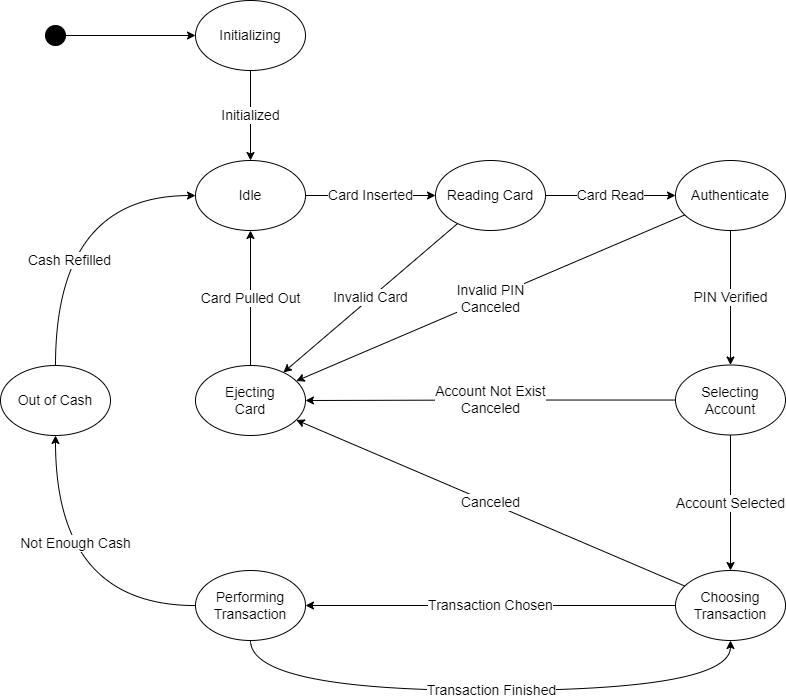
Earlier version of the draw.io export figures/AtmState.png (siwook-choi/MyAtmMachine). Source tidied: cells renumbered, new cells last; positions are measured from the earlier drawing's top-left corner, leaving out a move shared by most shapes.
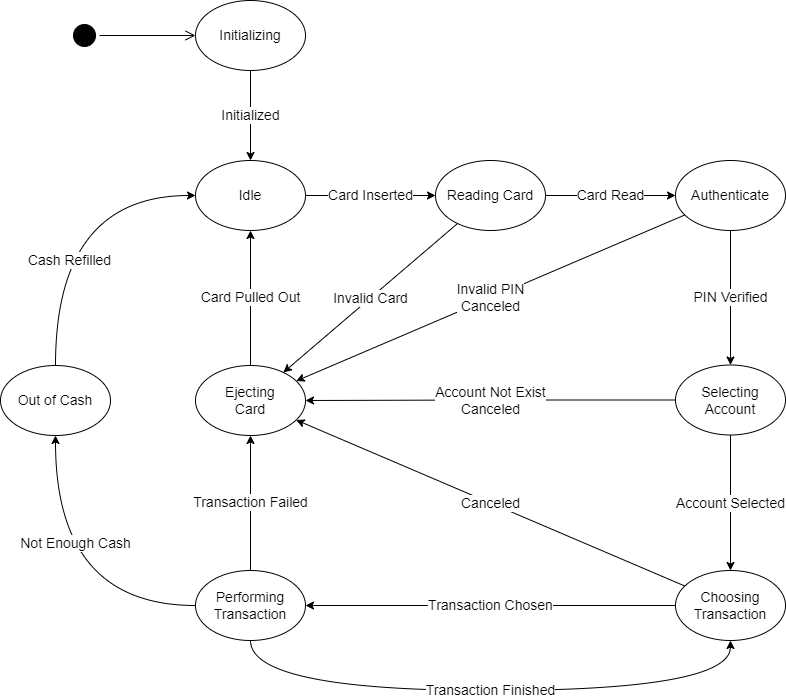
The same diagram one commit later.

Diff of the diagram source:
```diff
@@ -61,15 +61,12 @@
         </Array>
       </mxGeometry>
     </mxCell>
+    <mxCell id="27" value="Transaction Failed" style="edgeStyle=orthogonalEdgeStyle;rounded=0;jettySize=auto;html=1;fontSize=14;" parent="1" edge="1" source="20" target="17">
+      <mxGeometry relative="1" as="geometry" />
+    </mxCell>
     <mxCell id="20" value="Performing&lt;br style=&quot;font-size: 14px;&quot;&gt;Transaction" style="ellipse;whiteSpace=wrap;html=1;fontSize=14;" parent="1" vertex="1">
       <mxGeometry x="195" y="570" width="110" height="70" as="geometry" />
     </mxCell>
-    <mxCell id="21" style="rounded=0;jettySize=auto;html=1;fontSize=14;" parent="1" edge="1" source="22" target="26">
-      <mxGeometry relative="1" as="geometry" />
-    </mxCell>
-    <mxCell id="22" style="ellipse;whiteSpace=wrap;html=1;fillColor=#000000;fontSize=14;" parent="1" vertex="1">
-      <mxGeometry x="45" y="25" width="20" height="20" as="geometry" />
-    </mxCell>
     <mxCell id="23" value="Cash Refilled" style="edgeStyle=orthogonalEdgeStyle;curved=1;rounded=0;jettySize=auto;html=1;fontSize=14;" parent="1" edge="1" source="24" target="3">
       <mxGeometry x="-0.32" y="-14" relative="1" as="geometry">
         <Array as="points">
@@ -86,5 +83,11 @@
     <mxCell id="26" value="Initializing" style="ellipse;whiteSpace=wrap;html=1;fontSize=14;" parent="1" vertex="1">
       <mxGeometry x="195" width="110" height="70" as="geometry" />
     </mxCell>
+    <mxCell id="28" style="ellipse;html=1;shape=startState;fillColor=#000000;strokeColor=#000000;labelBackgroundColor=default;fontSize=14;" parent="1" vertex="1">
+      <mxGeometry x="69" y="20" width="30" height="30" as="geometry" />
+    </mxCell>
+    <mxCell id="29" style="edgeStyle=orthogonalEdgeStyle;html=1;verticalAlign=bottom;endArrow=open;endSize=8;strokeColor=#000000;rounded=0;fontSize=14;" parent="1" edge="1" source="28" target="26">
+      <mxGeometry relative="1" as="geometry" />
+    </mxCell>
   </root>
 </mxGraphModel>
```
